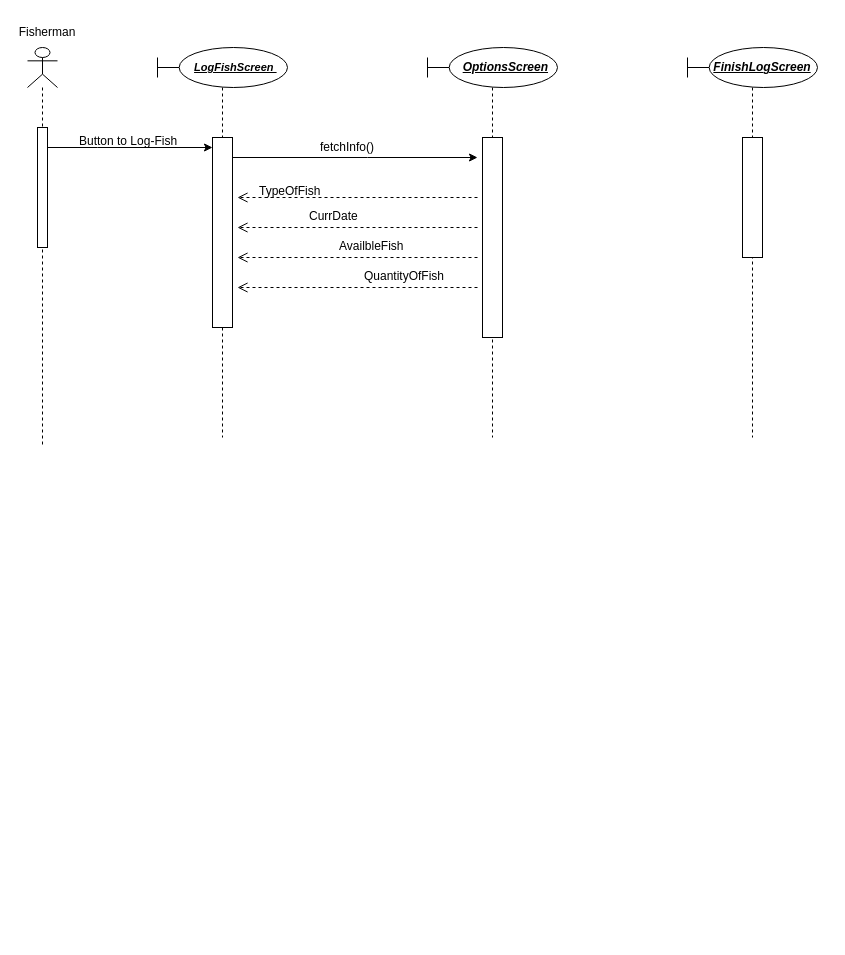
The draw.io diagram Delivarable3/SequenceDiagram/Sequence_diag.drawio in TMCEID/SoftEngFishApp, before the edit. Source tidied: cells renumbered, new cells numbered last; positions are measured from the earlier drawing's top-left corner, leaving out a move shared by most shapes. Both pictures are drawn from the tidied source at 100%, with x=0, y=0 at pixel (17, 17).
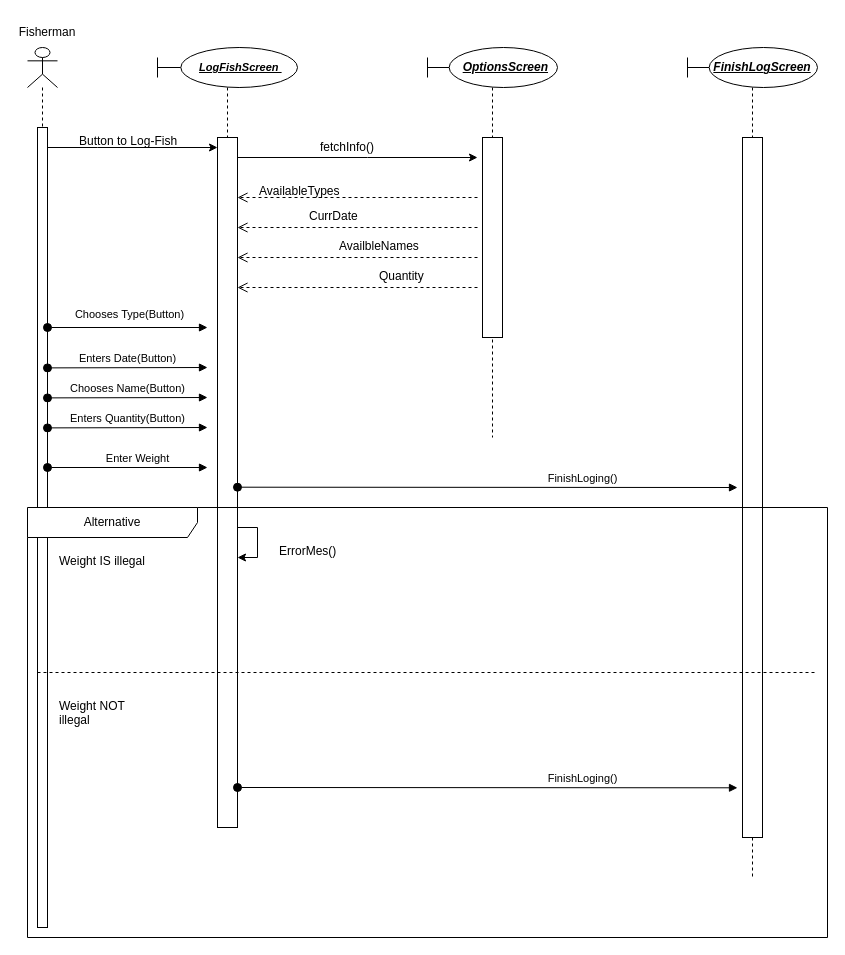
Above is the later version.

Diff of the diagram source:
```diff
@@
     <mxCell id="2" style="shape=umlLifeline;perimeter=lifelinePerimeter;whiteSpace=wrap;html=1;newEdgeStyle={&quot;curved&quot;:0,&quot;rounded&quot;:0};participant=umlActor;" parent="1" vertex="1">
-      <mxGeometry x="10" y="30" width="30" height="400" as="geometry" />
+      <mxGeometry x="10" y="30" width="30" height="880" as="geometry" />
     </mxCell>
     <mxCell id="3" style="html=1;points=[[0,0,0,0,5],[0,1,0,0,-5],[1,0,0,0,5],[1,1,0,0,-5]];perimeter=orthogonalPerimeter;outlineConnect=0;targetShapes=umlLifeline;portConstraint=eastwest;newEdgeStyle={&quot;curved&quot;:0,&quot;rounded&quot;:0};" parent="2" vertex="1">
-      <mxGeometry x="10" y="80" width="10" height="120" as="geometry" />
+      <mxGeometry x="10" y="80" width="10" height="800" as="geometry" />
     </mxCell>
     <mxCell id="4" value="&lt;span style=&quot;white-space: pre;&quot;&gt;&#9;&lt;/span&gt;&lt;font style=&quot;font-size: 11px;&quot;&gt;&lt;b&gt;&lt;i&gt;&lt;u&gt;LogFishScreen&amp;nbsp; &lt;br&gt;&lt;/u&gt;&lt;/i&gt;&lt;/b&gt;&lt;/font&gt;" style="shape=umlLifeline;perimeter=lifelinePerimeter;whiteSpace=wrap;html=1;newEdgeStyle={&quot;curved&quot;:0,&quot;rounded&quot;:0};participant=umlBoundary;" parent="1" vertex="1">
-      <mxGeometry x="140" y="30" width="130" height="390" as="geometry" />
+      <mxGeometry x="140" y="30" width="140" height="780" as="geometry" />
     </mxCell>
     <mxCell id="5" style="html=1;points=[[0,0,0,0,5],[0,1,0,0,-5],[1,0,0,0,5],[1,1,0,0,-5]];perimeter=orthogonalPerimeter;outlineConnect=0;targetShapes=umlLifeline;portConstraint=eastwest;newEdgeStyle={&quot;curved&quot;:0,&quot;rounded&quot;:0};" parent="4" vertex="1">
-      <mxGeometry x="55" y="90" width="20" height="190" as="geometry" />
+      <mxGeometry x="60" y="90" width="20" height="690" as="geometry" />
     </mxCell>
+    <mxCell id="23" style="edgeStyle=orthogonalEdgeStyle;rounded=0;orthogonalLoop=1;jettySize=auto;html=1;curved=0;" parent="4" edge="1" source="5" target="5">
+      <mxGeometry relative="1" as="geometry">
+        <Array as="points">
+          <mxPoint x="100" y="480" />
+          <mxPoint x="100" y="510" />
+        </Array>
+      </mxGeometry>
+    </mxCell>
@@
     <mxCell id="9" value="&amp;nbsp;&amp;nbsp;&amp;nbsp;&amp;nbsp;&amp;nbsp; &lt;b&gt;&lt;i&gt;&lt;u&gt;FinishLogScreen&lt;/u&gt;&lt;/i&gt;&lt;/b&gt;" style="shape=umlLifeline;perimeter=lifelinePerimeter;whiteSpace=wrap;html=1;newEdgeStyle={&quot;curved&quot;:0,&quot;rounded&quot;:0};participant=umlBoundary;" parent="1" vertex="1">
-      <mxGeometry x="670" y="30" width="130" height="390" as="geometry" />
+      <mxGeometry x="670" y="30" width="130" height="830" as="geometry" />
     </mxCell>
     <mxCell id="10" style="html=1;perimeter=orthogonalPerimeter;targetShapes=umlLifeline;newEdgeStyle={&quot;curved&quot;:0,&quot;rounded&quot;:0};" parent="9" vertex="1">
-      <mxGeometry x="55" y="90" width="20" height="120" as="geometry" />
+      <mxGeometry x="55" y="90" width="20" height="700" as="geometry" />
     </mxCell>
@@
-    <mxCell id="16" value="TypeOfFish" style="text;whiteSpace=wrap;html=1;" parent="1" vertex="1">
+    <mxCell id="16" value="AvailableTypes" style="text;whiteSpace=wrap;html=1;" parent="1" vertex="1">
       <mxGeometry x="240" y="160" width="70" height="30" as="geometry" />
     </mxCell>
@@
-    <mxCell id="21" value="AvailbleFish" style="text;whiteSpace=wrap;html=1;" parent="1" vertex="1">
-      <mxGeometry x="320" y="215" width="70" height="30" as="geometry" />
+    <mxCell id="21" value="AvailbleNames" style="text;whiteSpace=wrap;html=1;" parent="1" vertex="1">
+      <mxGeometry x="320" y="215" width="80" height="30" as="geometry" />
     </mxCell>
-    <mxCell id="22" value="QuantityOfFish" style="text;whiteSpace=wrap;html=1;" parent="1" vertex="1">
-      <mxGeometry x="345" y="245" width="85" height="25" as="geometry" />
+    <mxCell id="22" value="Quantity" style="text;whiteSpace=wrap;html=1;" parent="1" vertex="1">
+      <mxGeometry x="360" y="245" width="85" height="25" as="geometry" />
     </mxCell>
+    <mxCell id="24" value="Chooses Type(Button)" style="html=1;verticalAlign=bottom;startArrow=oval;startFill=1;endArrow=block;startSize=8;curved=0;rounded=0;" parent="1" edge="1">
+      <mxGeometry x="0.03" y="4" relative="1" as="geometry">
+        <mxPoint x="30" y="310" as="sourcePoint" />
+        <mxPoint x="190" y="310" as="targetPoint" />
+      </mxGeometry>
+    </mxCell>
+    <mxCell id="25" value="Enters Date(Button)" style="html=1;verticalAlign=bottom;startArrow=oval;startFill=1;endArrow=block;startSize=8;curved=0;rounded=0;" parent="1" edge="1">
+      <mxGeometry relative="1" as="geometry">
+        <mxPoint x="30" y="350.4" as="sourcePoint" />
+        <mxPoint x="190" y="350" as="targetPoint" />
+      </mxGeometry>
+    </mxCell>
+    <mxCell id="26" value="Chooses Name(Button)" style="html=1;verticalAlign=bottom;startArrow=oval;startFill=1;endArrow=block;startSize=8;curved=0;rounded=0;" parent="1" edge="1">
+      <mxGeometry relative="1" as="geometry">
+        <mxPoint x="30" y="380.4" as="sourcePoint" />
+        <mxPoint x="190" y="380" as="targetPoint" />
+      </mxGeometry>
+    </mxCell>
+    <mxCell id="27" value="Enters Quantity(Button)" style="html=1;verticalAlign=bottom;startArrow=oval;startFill=1;endArrow=block;startSize=8;curved=0;rounded=0;" parent="1" edge="1">
+      <mxGeometry relative="1" as="geometry">
+        <mxPoint x="30" y="410.4" as="sourcePoint" />
+        <mxPoint x="190" y="410" as="targetPoint" />
+      </mxGeometry>
+    </mxCell>
+    <mxCell id="28" value="Enter Weight" style="html=1;verticalAlign=bottom;startArrow=oval;startFill=1;endArrow=block;startSize=8;curved=0;rounded=0;" parent="1" edge="1">
+      <mxGeometry x="0.12" relative="1" as="geometry">
+        <mxPoint x="30" y="450" as="sourcePoint" />
+        <mxPoint x="190" y="450" as="targetPoint" />
+      </mxGeometry>
+    </mxCell>
+    <mxCell id="29" value="Alternative" style="shape=umlFrame;whiteSpace=wrap;html=1;width=170;" parent="1" vertex="1">
+      <mxGeometry x="10" y="490" width="800" height="430" as="geometry" />
+    </mxCell>
+    <mxCell id="30" value="Weight IS illegal" style="text;html=1;" parent="29" vertex="1">
+      <mxGeometry width="100" height="20" relative="1" as="geometry">
+        <mxPoint x="30" y="40" as="offset" />
+      </mxGeometry>
+    </mxCell>
+    <mxCell id="31" value="Weight NOT&lt;br&gt;illegal" style="line;strokeWidth=1;dashed=1;labelPosition=center;verticalLabelPosition=bottom;align=left;verticalAlign=top;spacingLeft=20;spacingTop=15;html=1;whiteSpace=wrap;" parent="29" vertex="1">
+      <mxGeometry x="10" y="160" width="780" height="10" as="geometry" />
+    </mxCell>
+    <mxCell id="32" value="FinishLoging()" style="html=1;verticalAlign=bottom;startArrow=oval;startFill=1;endArrow=block;startSize=8;curved=0;rounded=0;" parent="29" edge="1">
+      <mxGeometry x="0.38" relative="1" as="geometry">
+        <mxPoint x="210" y="280" as="sourcePoint" />
+        <mxPoint x="710" y="280.3" as="targetPoint" />
+      </mxGeometry>
+    </mxCell>
+    <mxCell id="33" value="ErrorMes()" style="text;whiteSpace=wrap;html=1;" parent="1" vertex="1">
+      <mxGeometry x="260" y="520" width="80" height="30" as="geometry" />
+    </mxCell>
+    <mxCell id="34" value="FinishLoging()" style="html=1;verticalAlign=bottom;startArrow=oval;startFill=1;endArrow=block;startSize=8;curved=0;rounded=0;" parent="1" edge="1">
+      <mxGeometry x="0.38" relative="1" as="geometry">
+        <mxPoint x="220" y="469.7" as="sourcePoint" />
+        <mxPoint x="720" y="470" as="targetPoint" />
+      </mxGeometry>
+    </mxCell>
```
